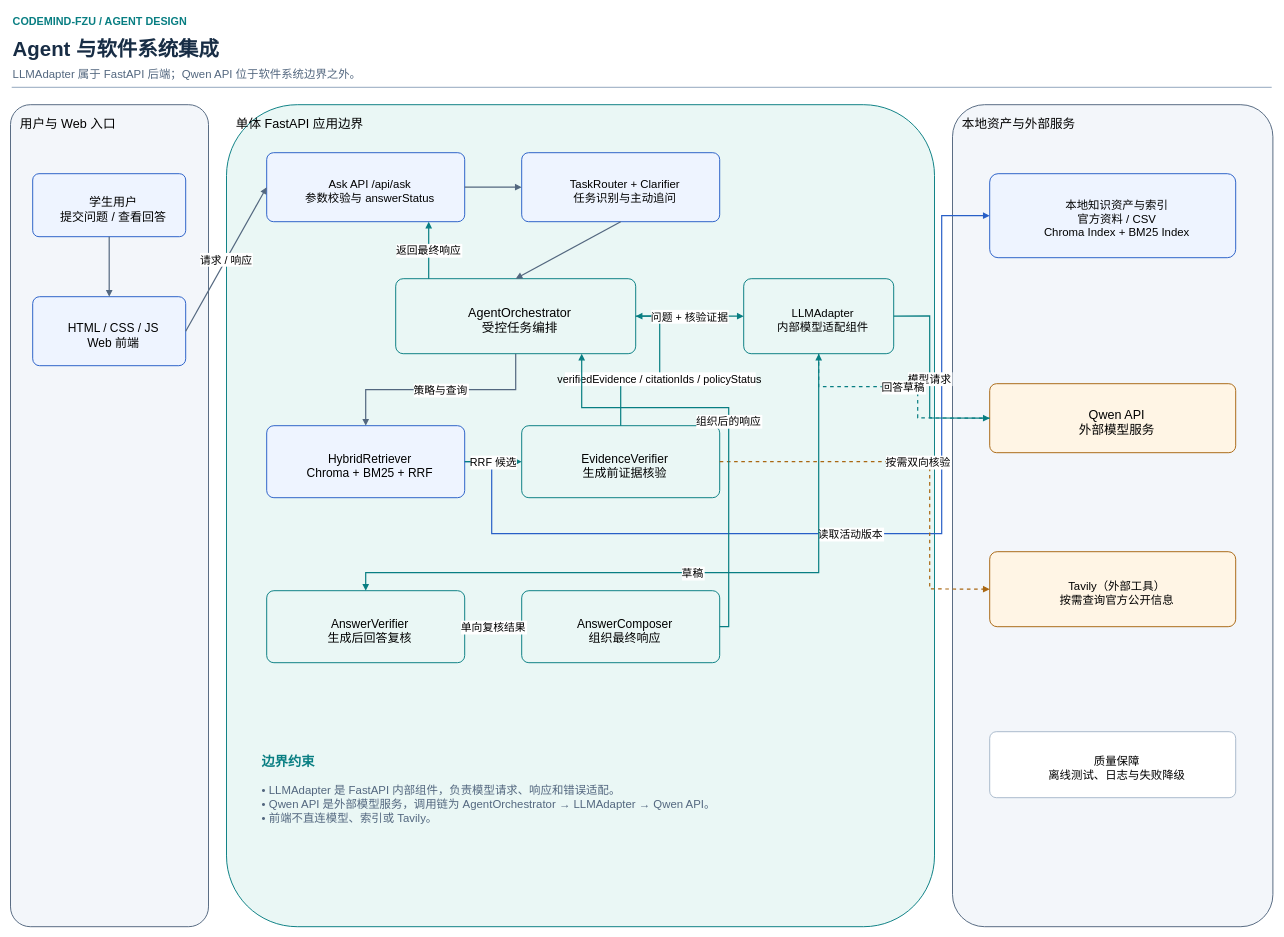
yz-Yezi-Genm/CodeMind-FZU keeps this draw.io diagram as docs/assignment-02/system-design/diagrams/agent-flow/Agent系统集成图_吴诗莹_v1.drawio. Above is the earlier version. Source tidied: cells renumbered, new cells numbered last; positions are measured from the earlier drawing's top-left corner, leaving out a move shared by most shapes. Both pictures are drawn from the tidied source at 60%, with x=0, y=0 at pixel (10, 10).
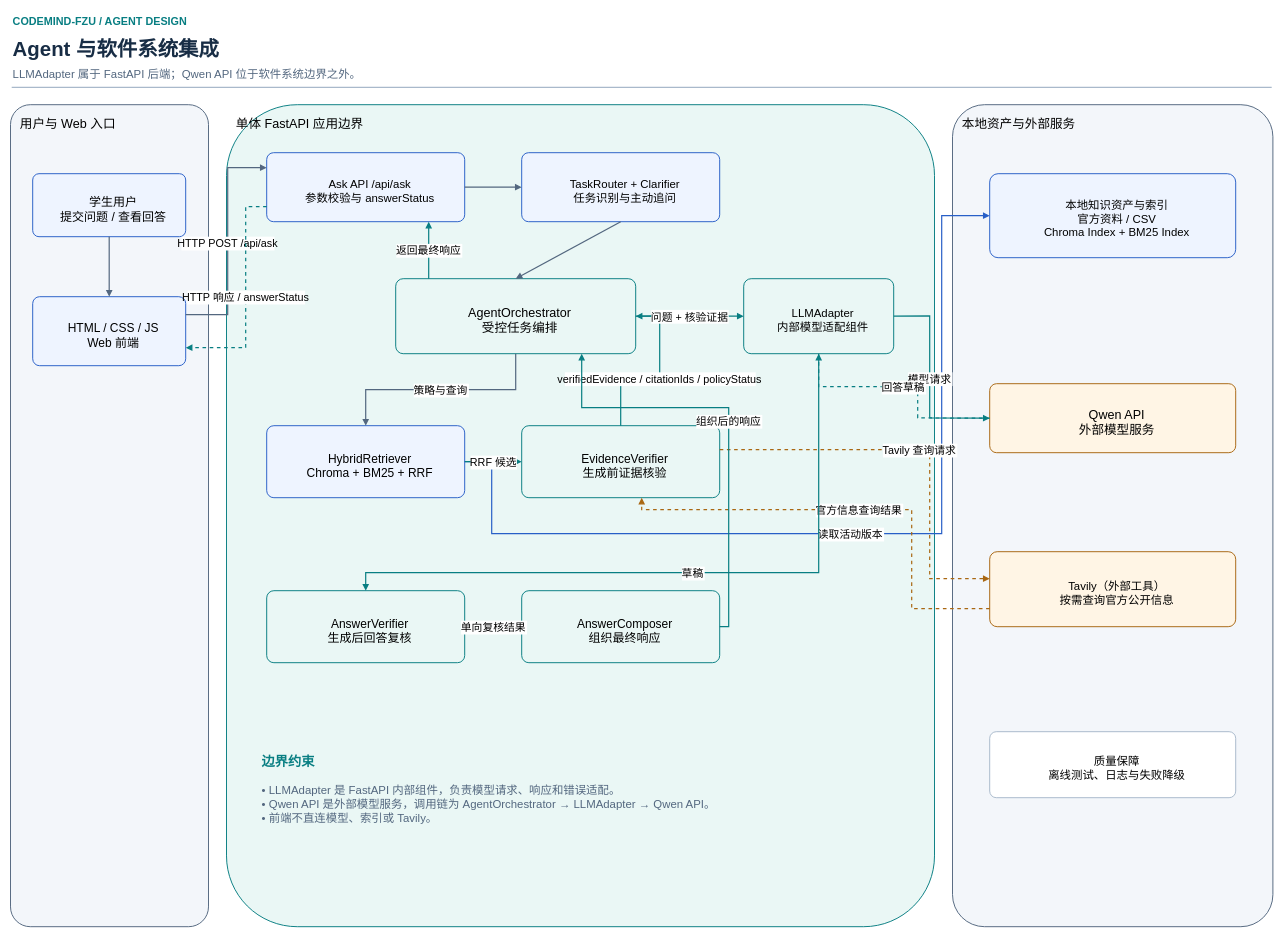
The same diagram, later.

Commit message (it also covers changes not shown here):
docs: align Agent diagram response paths

The edit, as a diff of the source:
```diff
@@
-    <mxCell id="24" value="请求 / 响应" style="edgeStyle=none;rounded=0;html=0;strokeColor=#53677F;strokeWidth=2;endArrow=block;endFill=1;dashed=0;fontFamily=Microsoft YaHei;fontSize=18;labelBackgroundColor=#FFFFFF;" parent="1" edge="1">
+    <mxCell id="24" value="HTTP POST /api/ask" style="edgeStyle=none;rounded=0;html=0;strokeColor=#53677F;strokeWidth=2;endArrow=block;endFill=1;dashed=0;fontFamily=Microsoft YaHei;fontSize=18;labelBackgroundColor=#FFFFFF;" parent="1" edge="1">
       <mxGeometry relative="1" as="geometry">
-        <mxPoint x="292" y="534.5" as="sourcePoint" />
-        <mxPoint x="427" y="294.5" as="targetPoint" />
+        <mxPoint x="292" y="507" as="sourcePoint" />
+        <mxPoint x="427" y="262" as="targetPoint" />
+        <Array as="points">
+          <mxPoint x="362" y="507" />
+          <mxPoint x="362" y="262" />
+        </Array>
       </mxGeometry>
     </mxCell>
+    <mxCell id="41" value="HTTP 响应 / answerStatus" style="edgeStyle=none;rounded=0;html=0;strokeColor=#087E82;strokeWidth=2;endArrow=block;endFill=1;dashed=1;fontFamily=Microsoft YaHei;fontSize=18;labelBackgroundColor=#FFFFFF;" parent="1" edge="1">
+      <mxGeometry relative="1" as="geometry">
+        <mxPoint x="427" y="327" as="sourcePoint" />
+        <mxPoint x="292" y="562" as="targetPoint" />
+        <Array as="points">
+          <mxPoint x="392" y="327" />
+          <mxPoint x="392" y="562" />
+        </Array>
+      </mxGeometry>
+    </mxCell>
@@
-    <mxCell id="30" value="按需双向核验" style="edgeStyle=none;rounded=0;html=0;strokeColor=#A96712;strokeWidth=2;endArrow=block;endFill=1;dashed=1;fontFamily=Microsoft YaHei;fontSize=18;labelBackgroundColor=#FFFFFF;" parent="1" edge="1">
+    <mxCell id="30" value="Tavily 查询请求" style="edgeStyle=none;rounded=0;html=0;strokeColor=#A96712;strokeWidth=2;endArrow=block;endFill=1;dashed=1;fontFamily=Microsoft YaHei;fontSize=18;labelBackgroundColor=#FFFFFF;" parent="1" edge="1">
       <mxGeometry relative="1" as="geometry">
-        <mxPoint x="1182" y="752" as="sourcePoint" />
-        <mxPoint x="1632" y="964.5" as="targetPoint" />
+        <mxPoint x="1182" y="732" as="sourcePoint" />
+        <mxPoint x="1632" y="947" as="targetPoint" />
         <Array as="points">
-          <mxPoint x="1532" y="752" />
-          <mxPoint x="1532" y="964" />
+          <mxPoint x="1532" y="732" />
+          <mxPoint x="1532" y="947" />
         </Array>
       </mxGeometry>
     </mxCell>
+    <mxCell id="42" value="官方信息查询结果" style="edgeStyle=none;rounded=0;html=0;strokeColor=#A96712;strokeWidth=2;endArrow=block;endFill=1;dashed=1;fontFamily=Microsoft YaHei;fontSize=18;labelBackgroundColor=#FFFFFF;" parent="1" edge="1">
+      <mxGeometry relative="1" as="geometry">
+        <mxPoint x="1632" y="997" as="sourcePoint" />
+        <mxPoint x="1052" y="812" as="targetPoint" />
+        <Array as="points">
+          <mxPoint x="1502" y="997" />
+          <mxPoint x="1502" y="832" />
+          <mxPoint x="1052" y="832" />
+        </Array>
+      </mxGeometry>
+    </mxCell>
```
